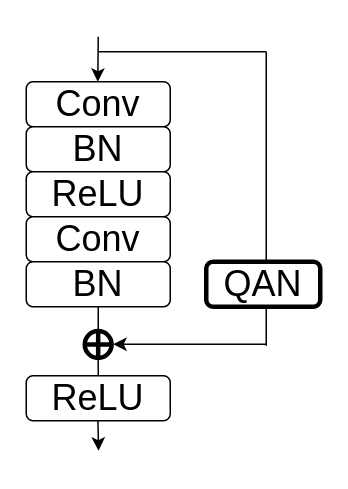
The draw.io diagram page "Quantization-aware Norm" (3 of 3) of quantization/Quantization.drawio in irving-qin/draw.io, before the edit. Source tidied: cells renumbered, new cells numbered last; positions are measured from the earlier drawing's top-left corner, leaving out a move shared by most shapes. Both pictures are drawn from the tidied source at 150%, with x=0, y=0 at pixel (26, 36).
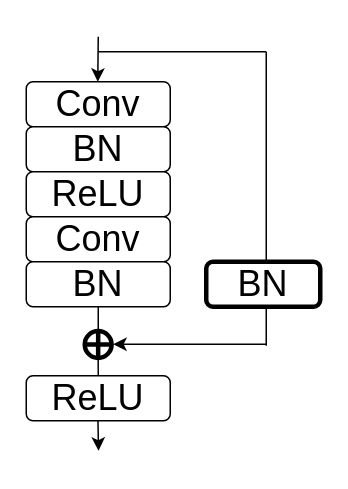
The same diagram, later.

What changed in the source:
```diff
@@
-    <mxCell id="13" value="&lt;font style=&quot;font-size: 24px&quot;&gt;QAN&lt;/font&gt;" style="rounded=1;whiteSpace=wrap;html=1;glass=0;sketch=0;strokeWidth=3;" parent="1" vertex="1">
+    <mxCell id="13" value="&lt;font style=&quot;font-size: 24px&quot;&gt;BN&lt;/font&gt;" style="rounded=1;whiteSpace=wrap;html=1;glass=0;sketch=0;strokeWidth=3;" parent="1" vertex="1">
       <mxGeometry x="120" y="150" width="76" height="30" as="geometry" />
     </mxCell>
```
